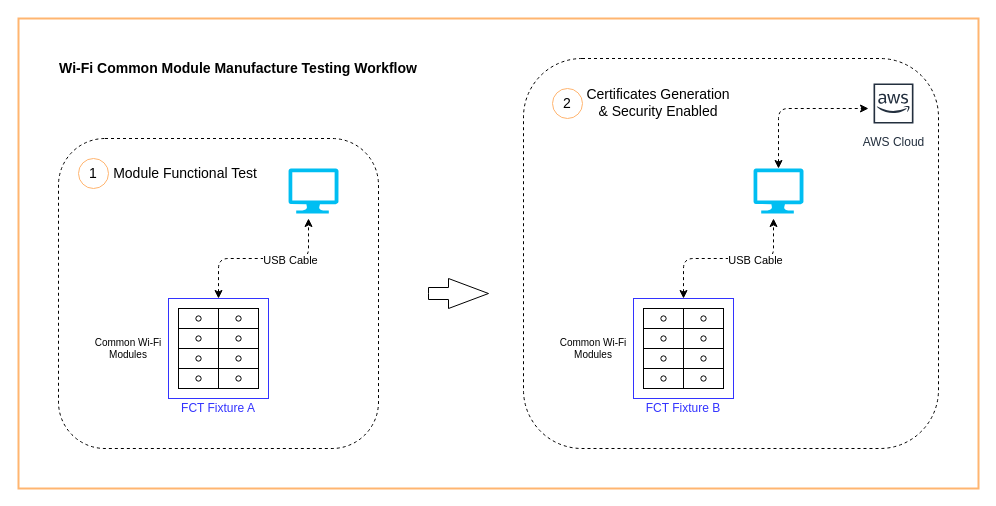
This is Untitled Diagram.drawio from Tester-Cyan/firstRepo, a draw.io file, before an edit. Source tidied: cells renumbered, new cells numbered last; positions are measured from the earlier drawing's top-left corner, leaving out a move shared by most shapes. Both pictures are drawn from the tidied source at 100%, with x=0, y=0 at pixel (18, 18).
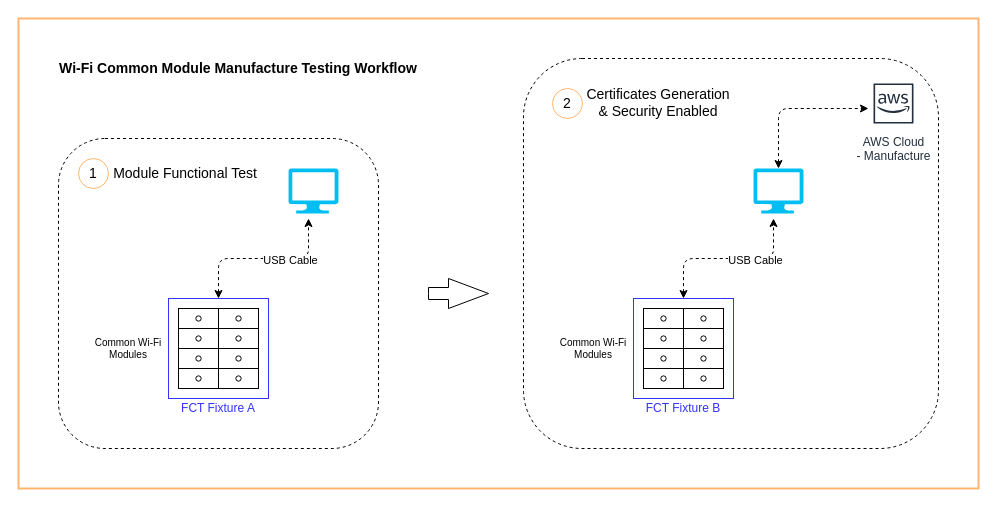
The same page after the edit.

Commit message:
IoT Device In Plant Workflow Diagram.drawio

What changed in the source:
```diff
@@
-    <mxCell id="14" value="AWS Cloud" style="fontColor=#232F3E;gradientColor=none;strokeColor=#232F3E;fillColor=#ffffff;dashed=0;verticalLabelPosition=bottom;verticalAlign=top;align=center;html=1;fontSize=12;fontStyle=0;shape=mxgraph.aws4.resourceIcon;resIcon=mxgraph.aws4.aws_cloud;" parent="1" vertex="1">
+    <mxCell id="14" value="AWS Cloud &lt;br&gt;- Manufacture" style="fontColor=#232F3E;gradientColor=none;strokeColor=#232F3E;fillColor=#ffffff;dashed=0;verticalLabelPosition=bottom;verticalAlign=top;align=center;html=1;fontSize=12;fontStyle=0;shape=mxgraph.aws4.resourceIcon;resIcon=mxgraph.aws4.aws_cloud;" parent="1" vertex="1">
       <mxGeometry x="850" y="60" width="50" height="50" as="geometry" />
     </mxCell>
```
